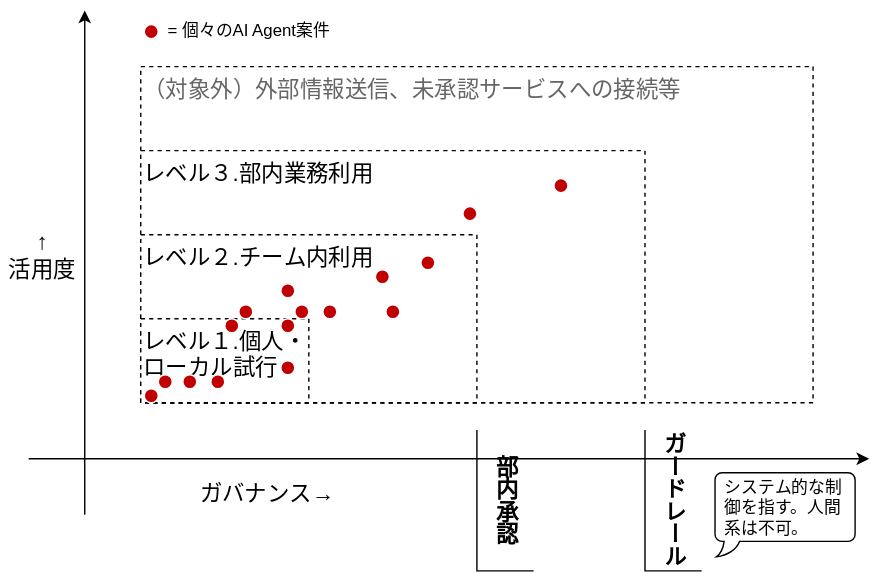
The draw.io diagram docs/AIAgent_Utilize_model.svg in ganase/aiagent_guardrail, before a commit. Source tidied: cells renumbered, new cells last; positions are measured from the earlier drawing's top-left corner, leaving out a move shared by most shapes. Source of this version:
```xml
<mxGraphModel>
  <root>
    <mxCell id="0" />
    <mxCell id="1" parent="0" />
    <mxCell id="2" value="&lt;font style=&quot;color: rgb(102, 102, 102);&quot;&gt;（対象外）外部情報送信、未承認サービスへの接続等&lt;/font&gt;" style="rounded=0;whiteSpace=wrap;html=1;verticalAlign=top;align=left;fontSize=16;dashed=1;" parent="1" vertex="1">
      <mxGeometry x="100" y="40" width="480" height="240" as="geometry" />
    </mxCell>
    <mxCell id="3" value="レベル３.部内業務利用" style="rounded=0;whiteSpace=wrap;html=1;verticalAlign=top;align=left;fontSize=16;dashed=1;" parent="1" vertex="1">
      <mxGeometry x="100" y="100" width="360" height="180" as="geometry" />
    </mxCell>
    <mxCell id="4" value="レベル２.チーム内利用" style="rounded=0;whiteSpace=wrap;html=1;verticalAlign=top;align=left;fontSize=16;dashed=1;" parent="1" vertex="1">
      <mxGeometry x="100" y="160" width="240" height="120" as="geometry" />
    </mxCell>
    <mxCell id="5" value="レベル１.個人・ローカル試行" style="rounded=0;whiteSpace=wrap;html=1;align=left;verticalAlign=top;fontSize=16;dashed=1;" parent="1" vertex="1">
      <mxGeometry x="100" y="220" width="120" height="60" as="geometry" />
    </mxCell>
    <mxCell id="6" style="edgeStyle=orthogonalEdgeStyle;rounded=0;orthogonalLoop=1;jettySize=auto;html=1;exitX=0.5;exitY=1;exitDx=0;exitDy=0;verticalAlign=bottom;align=left;" parent="1" edge="1">
      <mxGeometry relative="1" as="geometry">
        <mxPoint x="310" y="310" as="sourcePoint" />
        <mxPoint x="310" y="310" as="targetPoint" />
      </mxGeometry>
    </mxCell>
    <mxCell id="7" value="ガードレール" style="shape=partialRectangle;whiteSpace=wrap;html=1;top=0;right=0;fillColor=none;textDirection=vertical-lr;align=center;fontSize=16;fontStyle=1;" parent="1" vertex="1">
      <mxGeometry x="460" y="300" width="40" height="100" as="geometry" />
    </mxCell>
    <mxCell id="8" value="&lt;div&gt;↑&lt;/div&gt;活用度" style="text;html=1;whiteSpace=wrap;strokeColor=none;fillColor=none;align=center;verticalAlign=middle;rounded=0;horizontal=1;fontSize=16;" parent="1" vertex="1">
      <mxGeometry y="160" width="60" height="30" as="geometry" />
    </mxCell>
    <mxCell id="9" value="ガバナンス→" style="text;html=1;whiteSpace=wrap;strokeColor=none;fillColor=none;align=center;verticalAlign=middle;rounded=0;fontSize=16;" parent="1" vertex="1">
      <mxGeometry x="112.5" y="330" width="155" height="30" as="geometry" />
    </mxCell>
    <mxCell id="10" value="システム的な制御を指す。人間系は不可。" style="whiteSpace=wrap;html=1;shape=mxgraph.basic.roundRectCallout;dx=12;dy=11;size=5;boundedLbl=1;align=left;spacingLeft=5;spacingRight=5;" parent="1" vertex="1">
      <mxGeometry x="510" y="330" width="100" height="60" as="geometry" />
    </mxCell>
    <mxCell id="11" value="部内承認" style="shape=partialRectangle;whiteSpace=wrap;html=1;top=0;right=0;fillColor=none;textDirection=vertical-lr;align=center;fontSize=16;fontStyle=1;" parent="1" vertex="1">
      <mxGeometry x="340" y="300" width="40" height="100" as="geometry" />
    </mxCell>
    <mxCell id="12" style="endArrow=classic;html=1;rounded=0;" parent="1" edge="1">
      <mxGeometry relative="1" as="geometry">
        <mxPoint x="20" y="320" as="sourcePoint" />
        <mxPoint x="620" y="320" as="targetPoint" />
      </mxGeometry>
    </mxCell>
    <mxCell id="13" style="endArrow=classic;html=1;rounded=0;" parent="1" edge="1">
      <mxGeometry relative="1" as="geometry">
        <mxPoint x="60" y="360" as="sourcePoint" />
        <mxPoint x="60" as="targetPoint" />
      </mxGeometry>
    </mxCell>
    <mxCell id="14" style="ellipse;whiteSpace=wrap;html=1;fillColor=#C00000;strokeColor=#FFFFFF;" parent="1" vertex="1">
      <mxGeometry x="330" y="140" width="10" height="10" as="geometry" />
    </mxCell>
    <mxCell id="15" style="ellipse;whiteSpace=wrap;html=1;fillColor=#C00000;strokeColor=#FFFFFF;" parent="1" vertex="1">
      <mxGeometry x="210" y="210" width="10" height="10" as="geometry" />
    </mxCell>
    <mxCell id="16" style="ellipse;whiteSpace=wrap;html=1;fillColor=#C00000;strokeColor=#FFFFFF;" parent="1" vertex="1">
      <mxGeometry x="267.5" y="185" width="10" height="10" as="geometry" />
    </mxCell>
    <mxCell id="17" style="ellipse;whiteSpace=wrap;html=1;fillColor=#C00000;strokeColor=#FFFFFF;" parent="1" vertex="1">
      <mxGeometry x="170" y="210" width="10" height="10" as="geometry" />
    </mxCell>
    <mxCell id="18" style="ellipse;whiteSpace=wrap;html=1;fillColor=#C00000;strokeColor=#FFFFFF;" parent="1" vertex="1">
      <mxGeometry x="230" y="210" width="10" height="10" as="geometry" />
    </mxCell>
    <mxCell id="19" style="ellipse;whiteSpace=wrap;html=1;fillColor=#C00000;strokeColor=#FFFFFF;" parent="1" vertex="1">
      <mxGeometry x="200" y="195" width="10" height="10" as="geometry" />
    </mxCell>
    <mxCell id="20" style="ellipse;whiteSpace=wrap;html=1;fillColor=#C00000;strokeColor=#FFFFFF;" parent="1" vertex="1">
      <mxGeometry x="275" y="210" width="10" height="10" as="geometry" />
    </mxCell>
    <mxCell id="21" style="ellipse;whiteSpace=wrap;html=1;fillColor=#C00000;strokeColor=#FFFFFF;" parent="1" vertex="1">
      <mxGeometry x="160" y="220" width="10" height="10" as="geometry" />
    </mxCell>
    <mxCell id="22" style="ellipse;whiteSpace=wrap;html=1;fillColor=#C00000;strokeColor=#FFFFFF;" parent="1" vertex="1">
      <mxGeometry x="130" y="260" width="10" height="10" as="geometry" />
    </mxCell>
    <mxCell id="23" style="ellipse;whiteSpace=wrap;html=1;fillColor=#C00000;strokeColor=#FFFFFF;" parent="1" vertex="1">
      <mxGeometry x="150" y="260" width="10" height="10" as="geometry" />
    </mxCell>
    <mxCell id="24" style="ellipse;whiteSpace=wrap;html=1;fillColor=#C00000;strokeColor=#FFFFFF;" parent="1" vertex="1">
      <mxGeometry x="200" y="250" width="10" height="10" as="geometry" />
    </mxCell>
    <mxCell id="25" style="ellipse;whiteSpace=wrap;html=1;fillColor=#C00000;strokeColor=#FFFFFF;" parent="1" vertex="1">
      <mxGeometry x="300" y="175" width="10" height="10" as="geometry" />
    </mxCell>
    <mxCell id="26" style="ellipse;whiteSpace=wrap;html=1;fillColor=#C00000;strokeColor=#FFFFFF;" parent="1" vertex="1">
      <mxGeometry x="395" y="120" width="10" height="10" as="geometry" />
    </mxCell>
    <mxCell id="27" style="ellipse;whiteSpace=wrap;html=1;fillColor=#C00000;strokeColor=#FFFFFF;" parent="1" vertex="1">
      <mxGeometry x="112.5" y="260" width="10" height="10" as="geometry" />
    </mxCell>
    <mxCell id="28" style="ellipse;whiteSpace=wrap;html=1;fillColor=#C00000;strokeColor=#FFFFFF;" parent="1" vertex="1">
      <mxGeometry x="200" y="220" width="10" height="10" as="geometry" />
    </mxCell>
    <mxCell id="29" style="ellipse;whiteSpace=wrap;html=1;fillColor=#C00000;strokeColor=#FFFFFF;" parent="1" vertex="1">
      <mxGeometry x="102.5" y="270" width="10" height="10" as="geometry" />
    </mxCell>
    <mxCell id="30" style="ellipse;whiteSpace=wrap;html=1;fillColor=#C00000;strokeColor=#FFFFFF;" parent="1" vertex="1">
      <mxGeometry x="102.5" y="10" width="10" height="10" as="geometry" />
    </mxCell>
    <mxCell id="31" value="= 個々のAI Agent案件" style="text;html=1;whiteSpace=wrap;strokeColor=none;fillColor=none;align=center;verticalAlign=middle;rounded=0;" parent="1" vertex="1">
      <mxGeometry x="115" y="5" width="125" height="20" as="geometry" />
    </mxCell>
  </root>
</mxGraphModel>
```
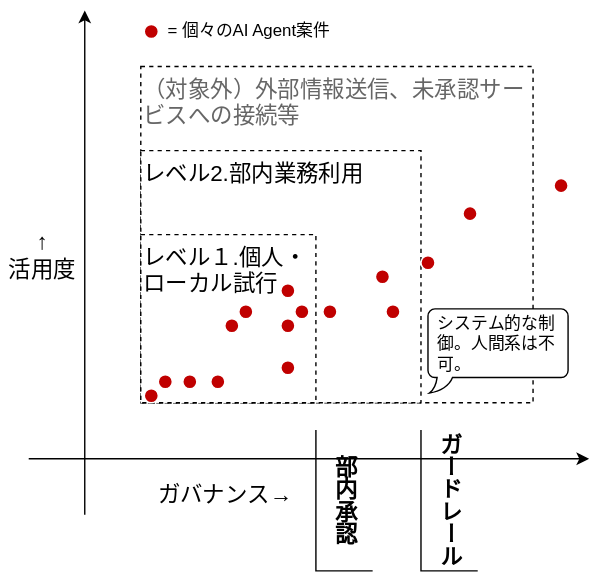
After the change.

The edit, as a diff of the source:
```diff
@@ -1,104 +1,101 @@
 <mxGraphModel>
   <root>
-    <mxCell id="0" />
-    <mxCell id="1" parent="0" />
+    <mxCell id="32" />
+    <mxCell id="33" parent="32" />
-    <mxCell id="2" value="&lt;font style=&quot;color: rgb(102, 102, 102);&quot;&gt;（対象外）外部情報送信、未承認サービスへの接続等&lt;/font&gt;" style="rounded=0;whiteSpace=wrap;html=1;verticalAlign=top;align=left;fontSize=16;dashed=1;" parent="1" vertex="1">
-      <mxGeometry x="100" y="40" width="480" height="240" as="geometry" />
+    <mxCell id="2" value="&lt;font style=&quot;color: rgb(102, 102, 102);&quot;&gt;（対象外）外部情報送信、未承認サービスへの接続等&lt;/font&gt;" style="rounded=0;whiteSpace=wrap;html=1;verticalAlign=top;align=left;fontSize=16;dashed=1;" parent="33" vertex="1">
+      <mxGeometry x="100" y="40" width="280" height="240" as="geometry" />
     </mxCell>
-    <mxCell id="3" value="レベル３.部内業務利用" style="rounded=0;whiteSpace=wrap;html=1;verticalAlign=top;align=left;fontSize=16;dashed=1;" parent="1" vertex="1">
-      <mxGeometry x="100" y="100" width="360" height="180" as="geometry" />
-    </mxCell>
-    <mxCell id="4" value="レベル２.チーム内利用" style="rounded=0;whiteSpace=wrap;html=1;verticalAlign=top;align=left;fontSize=16;dashed=1;" parent="1" vertex="1">
-      <mxGeometry x="100" y="160" width="240" height="120" as="geometry" />
-    </mxCell>
+    <mxCell id="34" value="レベル2.部内業務利用" style="rounded=0;whiteSpace=wrap;html=1;verticalAlign=top;align=left;fontSize=16;dashed=1;" parent="33" vertex="1">
+      <mxGeometry x="100" y="100" width="200" height="180" as="geometry" />
+    </mxCell>
-    <mxCell id="5" value="レベル１.個人・ローカル試行" style="rounded=0;whiteSpace=wrap;html=1;align=left;verticalAlign=top;fontSize=16;dashed=1;" parent="1" vertex="1">
-      <mxGeometry x="100" y="220" width="120" height="60" as="geometry" />
+    <mxCell id="5" value="レベル１.個人・ローカル試行" style="rounded=0;whiteSpace=wrap;html=1;align=left;verticalAlign=top;fontSize=16;dashed=1;" parent="33" vertex="1">
+      <mxGeometry x="100" y="160" width="125" height="120" as="geometry" />
     </mxCell>
-    <mxCell id="6" style="edgeStyle=orthogonalEdgeStyle;rounded=0;orthogonalLoop=1;jettySize=auto;html=1;exitX=0.5;exitY=1;exitDx=0;exitDy=0;verticalAlign=bottom;align=left;" parent="1" edge="1">
-      <mxGeometry relative="1" as="geometry">
-        <mxPoint x="310" y="310" as="sourcePoint" />
-        <mxPoint x="310" y="310" as="targetPoint" />
-      </mxGeometry>
-    </mxCell>
+    <mxCell id="35" style="edgeStyle=orthogonalEdgeStyle;rounded=0;orthogonalLoop=1;jettySize=auto;html=1;exitX=0.5;exitY=1;exitDx=0;exitDy=0;verticalAlign=bottom;align=left;" parent="33" edge="1">
+      <mxGeometry relative="1" as="geometry">
+        <mxPoint x="310" y="310" as="sourcePoint" />
+        <mxPoint x="310" y="310" as="targetPoint" />
+      </mxGeometry>
+    </mxCell>
-    <mxCell id="7" value="ガードレール" style="shape=partialRectangle;whiteSpace=wrap;html=1;top=0;right=0;fillColor=none;textDirection=vertical-lr;align=center;fontSize=16;fontStyle=1;" parent="1" vertex="1">
-      <mxGeometry x="460" y="300" width="40" height="100" as="geometry" />
+    <mxCell id="7" value="ガードレール" style="shape=partialRectangle;whiteSpace=wrap;html=1;top=0;right=0;fillColor=none;textDirection=vertical-lr;align=center;fontSize=16;fontStyle=1;" parent="33" vertex="1">
+      <mxGeometry x="300" y="300" width="40" height="100" as="geometry" />
     </mxCell>
-    <mxCell id="8" value="&lt;div&gt;↑&lt;/div&gt;活用度" style="text;html=1;whiteSpace=wrap;strokeColor=none;fillColor=none;align=center;verticalAlign=middle;rounded=0;horizontal=1;fontSize=16;" parent="1" vertex="1">
+    <mxCell id="8" value="&lt;div&gt;↑&lt;/div&gt;活用度" style="text;html=1;whiteSpace=wrap;strokeColor=none;fillColor=none;align=center;verticalAlign=middle;rounded=0;horizontal=1;fontSize=16;" parent="33" vertex="1">
       <mxGeometry y="160" width="60" height="30" as="geometry" />
     </mxCell>
-    <mxCell id="9" value="ガバナンス→" style="text;html=1;whiteSpace=wrap;strokeColor=none;fillColor=none;align=center;verticalAlign=middle;rounded=0;fontSize=16;" parent="1" vertex="1">
-      <mxGeometry x="112.5" y="330" width="155" height="30" as="geometry" />
+    <mxCell id="9" value="ガバナンス→" style="text;html=1;whiteSpace=wrap;strokeColor=none;fillColor=none;align=center;verticalAlign=middle;rounded=0;fontSize=16;" parent="33" vertex="1">
+      <mxGeometry x="97.5" y="330" width="125" height="30" as="geometry" />
     </mxCell>
-    <mxCell id="10" value="システム的な制御を指す。人間系は不可。" style="whiteSpace=wrap;html=1;shape=mxgraph.basic.roundRectCallout;dx=12;dy=11;size=5;boundedLbl=1;align=left;spacingLeft=5;spacingRight=5;" parent="1" vertex="1">
-      <mxGeometry x="510" y="330" width="100" height="60" as="geometry" />
-    </mxCell>
+    <mxCell id="36" value="システム的な制御。人間系は不可。" style="whiteSpace=wrap;html=1;shape=mxgraph.basic.roundRectCallout;dx=12;dy=11;size=5;boundedLbl=1;align=left;spacingLeft=5;spacingRight=5;" parent="33" vertex="1">
+      <mxGeometry x="305" y="213" width="100" height="60" as="geometry" />
+    </mxCell>
-    <mxCell id="11" value="部内承認" style="shape=partialRectangle;whiteSpace=wrap;html=1;top=0;right=0;fillColor=none;textDirection=vertical-lr;align=center;fontSize=16;fontStyle=1;" parent="1" vertex="1">
-      <mxGeometry x="340" y="300" width="40" height="100" as="geometry" />
+    <mxCell id="11" value="部内承認" style="shape=partialRectangle;whiteSpace=wrap;html=1;top=0;right=0;fillColor=none;textDirection=vertical-lr;align=center;fontSize=16;fontStyle=1;" parent="33" vertex="1">
+      <mxGeometry x="225" y="300" width="40" height="100" as="geometry" />
     </mxCell>
-    <mxCell id="12" style="endArrow=classic;html=1;rounded=0;" parent="1" edge="1">
-      <mxGeometry relative="1" as="geometry">
-        <mxPoint x="20" y="320" as="sourcePoint" />
-        <mxPoint x="620" y="320" as="targetPoint" />
-      </mxGeometry>
-    </mxCell>
-    <mxCell id="13" style="endArrow=classic;html=1;rounded=0;" parent="1" edge="1">
-      <mxGeometry relative="1" as="geometry">
-        <mxPoint x="60" y="360" as="sourcePoint" />
-        <mxPoint x="60" as="targetPoint" />
-      </mxGeometry>
-    </mxCell>
+    <mxCell id="37" style="endArrow=classic;html=1;rounded=0;" parent="33" edge="1">
+      <mxGeometry relative="1" as="geometry">
+        <mxPoint x="20" y="320" as="sourcePoint" />
+        <mxPoint x="420" y="320" as="targetPoint" />
+      </mxGeometry>
+    </mxCell>
+    <mxCell id="38" style="endArrow=classic;html=1;rounded=0;" parent="33" edge="1">
+      <mxGeometry relative="1" as="geometry">
+        <mxPoint x="60" y="360" as="sourcePoint" />
+        <mxPoint x="60" as="targetPoint" />
+      </mxGeometry>
+    </mxCell>
-    <mxCell id="14" style="ellipse;whiteSpace=wrap;html=1;fillColor=#C00000;strokeColor=#FFFFFF;" parent="1" vertex="1">
+    <mxCell id="14" style="ellipse;whiteSpace=wrap;html=1;fillColor=#C00000;strokeColor=#FFFFFF;" parent="33" vertex="1">
       <mxGeometry x="330" y="140" width="10" height="10" as="geometry" />
     </mxCell>
-    <mxCell id="15" style="ellipse;whiteSpace=wrap;html=1;fillColor=#C00000;strokeColor=#FFFFFF;" parent="1" vertex="1">
+    <mxCell id="15" style="ellipse;whiteSpace=wrap;html=1;fillColor=#C00000;strokeColor=#FFFFFF;" parent="33" vertex="1">
       <mxGeometry x="210" y="210" width="10" height="10" as="geometry" />
     </mxCell>
-    <mxCell id="16" style="ellipse;whiteSpace=wrap;html=1;fillColor=#C00000;strokeColor=#FFFFFF;" parent="1" vertex="1">
+    <mxCell id="16" style="ellipse;whiteSpace=wrap;html=1;fillColor=#C00000;strokeColor=#FFFFFF;" parent="33" vertex="1">
       <mxGeometry x="267.5" y="185" width="10" height="10" as="geometry" />
     </mxCell>
-    <mxCell id="17" style="ellipse;whiteSpace=wrap;html=1;fillColor=#C00000;strokeColor=#FFFFFF;" parent="1" vertex="1">
+    <mxCell id="17" style="ellipse;whiteSpace=wrap;html=1;fillColor=#C00000;strokeColor=#FFFFFF;" parent="33" vertex="1">
       <mxGeometry x="170" y="210" width="10" height="10" as="geometry" />
     </mxCell>
-    <mxCell id="18" style="ellipse;whiteSpace=wrap;html=1;fillColor=#C00000;strokeColor=#FFFFFF;" parent="1" vertex="1">
+    <mxCell id="18" style="ellipse;whiteSpace=wrap;html=1;fillColor=#C00000;strokeColor=#FFFFFF;" parent="33" vertex="1">
       <mxGeometry x="230" y="210" width="10" height="10" as="geometry" />
     </mxCell>
-    <mxCell id="19" style="ellipse;whiteSpace=wrap;html=1;fillColor=#C00000;strokeColor=#FFFFFF;" parent="1" vertex="1">
+    <mxCell id="19" style="ellipse;whiteSpace=wrap;html=1;fillColor=#C00000;strokeColor=#FFFFFF;" parent="33" vertex="1">
       <mxGeometry x="200" y="195" width="10" height="10" as="geometry" />
     </mxCell>
-    <mxCell id="20" style="ellipse;whiteSpace=wrap;html=1;fillColor=#C00000;strokeColor=#FFFFFF;" parent="1" vertex="1">
+    <mxCell id="20" style="ellipse;whiteSpace=wrap;html=1;fillColor=#C00000;strokeColor=#FFFFFF;" parent="33" vertex="1">
       <mxGeometry x="275" y="210" width="10" height="10" as="geometry" />
     </mxCell>
-    <mxCell id="21" style="ellipse;whiteSpace=wrap;html=1;fillColor=#C00000;strokeColor=#FFFFFF;" parent="1" vertex="1">
+    <mxCell id="21" style="ellipse;whiteSpace=wrap;html=1;fillColor=#C00000;strokeColor=#FFFFFF;" parent="33" vertex="1">
       <mxGeometry x="160" y="220" width="10" height="10" as="geometry" />
     </mxCell>
-    <mxCell id="22" style="ellipse;whiteSpace=wrap;html=1;fillColor=#C00000;strokeColor=#FFFFFF;" parent="1" vertex="1">
+    <mxCell id="22" style="ellipse;whiteSpace=wrap;html=1;fillColor=#C00000;strokeColor=#FFFFFF;" parent="33" vertex="1">
       <mxGeometry x="130" y="260" width="10" height="10" as="geometry" />
     </mxCell>
-    <mxCell id="23" style="ellipse;whiteSpace=wrap;html=1;fillColor=#C00000;strokeColor=#FFFFFF;" parent="1" vertex="1">
+    <mxCell id="23" style="ellipse;whiteSpace=wrap;html=1;fillColor=#C00000;strokeColor=#FFFFFF;" parent="33" vertex="1">
       <mxGeometry x="150" y="260" width="10" height="10" as="geometry" />
     </mxCell>
-    <mxCell id="24" style="ellipse;whiteSpace=wrap;html=1;fillColor=#C00000;strokeColor=#FFFFFF;" parent="1" vertex="1">
+    <mxCell id="24" style="ellipse;whiteSpace=wrap;html=1;fillColor=#C00000;strokeColor=#FFFFFF;" parent="33" vertex="1">
       <mxGeometry x="200" y="250" width="10" height="10" as="geometry" />
     </mxCell>
-    <mxCell id="25" style="ellipse;whiteSpace=wrap;html=1;fillColor=#C00000;strokeColor=#FFFFFF;" parent="1" vertex="1">
+    <mxCell id="25" style="ellipse;whiteSpace=wrap;html=1;fillColor=#C00000;strokeColor=#FFFFFF;" parent="33" vertex="1">
       <mxGeometry x="300" y="175" width="10" height="10" as="geometry" />
     </mxCell>
-    <mxCell id="26" style="ellipse;whiteSpace=wrap;html=1;fillColor=#C00000;strokeColor=#FFFFFF;" parent="1" vertex="1">
+    <mxCell id="26" style="ellipse;whiteSpace=wrap;html=1;fillColor=#C00000;strokeColor=#FFFFFF;" parent="33" vertex="1">
       <mxGeometry x="395" y="120" width="10" height="10" as="geometry" />
     </mxCell>
-    <mxCell id="27" style="ellipse;whiteSpace=wrap;html=1;fillColor=#C00000;strokeColor=#FFFFFF;" parent="1" vertex="1">
+    <mxCell id="27" style="ellipse;whiteSpace=wrap;html=1;fillColor=#C00000;strokeColor=#FFFFFF;" parent="33" vertex="1">
       <mxGeometry x="112.5" y="260" width="10" height="10" as="geometry" />
     </mxCell>
-    <mxCell id="28" style="ellipse;whiteSpace=wrap;html=1;fillColor=#C00000;strokeColor=#FFFFFF;" parent="1" vertex="1">
+    <mxCell id="28" style="ellipse;whiteSpace=wrap;html=1;fillColor=#C00000;strokeColor=#FFFFFF;" parent="33" vertex="1">
       <mxGeometry x="200" y="220" width="10" height="10" as="geometry" />
     </mxCell>
-    <mxCell id="29" style="ellipse;whiteSpace=wrap;html=1;fillColor=#C00000;strokeColor=#FFFFFF;" parent="1" vertex="1">
+    <mxCell id="29" style="ellipse;whiteSpace=wrap;html=1;fillColor=#C00000;strokeColor=#FFFFFF;" parent="33" vertex="1">
       <mxGeometry x="102.5" y="270" width="10" height="10" as="geometry" />
     </mxCell>
-    <mxCell id="30" style="ellipse;whiteSpace=wrap;html=1;fillColor=#C00000;strokeColor=#FFFFFF;" parent="1" vertex="1">
+    <mxCell id="30" style="ellipse;whiteSpace=wrap;html=1;fillColor=#C00000;strokeColor=#FFFFFF;" parent="33" vertex="1">
       <mxGeometry x="102.5" y="10" width="10" height="10" as="geometry" />
     </mxCell>
-    <mxCell id="31" value="= 個々のAI Agent案件" style="text;html=1;whiteSpace=wrap;strokeColor=none;fillColor=none;align=center;verticalAlign=middle;rounded=0;" parent="1" vertex="1">
+    <mxCell id="31" value="= 個々のAI Agent案件" style="text;html=1;whiteSpace=wrap;strokeColor=none;fillColor=none;align=center;verticalAlign=middle;rounded=0;" parent="33" vertex="1">
       <mxGeometry x="115" y="5" width="125" height="20" as="geometry" />
     </mxCell>
   </root>
```
